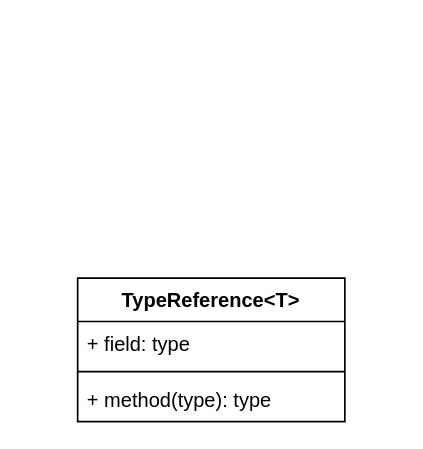
This is page "core" (1 of 2) of jackson.drawio from tadsimons/draw, a draw.io file, before an edit. Source tidied: cells renumbered, new cells numbered last; positions are measured from the earlier drawing's top-left corner, leaving out a move shared by most shapes. Both pictures are drawn from the tidied source at 167%, with x=0, y=0 at pixel (77, 277).
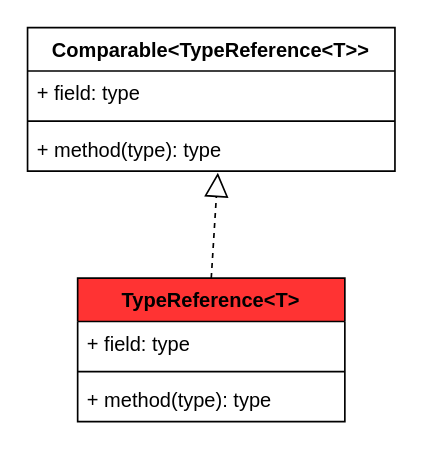
The same page after the edit.

What changed in the source:
```diff
@@
 <mxGraphModel>
   <root>
     <mxCell id="0" />
     <mxCell id="1" parent="0" />
-    <mxCell id="2" value="TypeReference&lt;T&gt;" style="swimlane;fontStyle=1;align=center;verticalAlign=top;horizontal=1;startSize=26;" parent="1" vertex="1">
+    <mxCell id="2" value="TypeReference&lt;T&gt;" style="swimlane;fontStyle=1;align=center;verticalAlign=top;horizontal=1;startSize=26;fillColor=#FF3333;" parent="1" vertex="1">
       <mxGeometry width="160" height="86" as="geometry" />
     </mxCell>
+    <mxCell id="6" style="endArrow=block;dashed=1;endFill=0;endSize=12;html=1;entryX=0.518;entryY=1.038;entryDx=0;entryDy=0;entryPerimeter=0;" parent="2" edge="1" target="10">
+      <mxGeometry relative="1" as="geometry">
+        <mxPoint x="80" as="sourcePoint" />
+      </mxGeometry>
+    </mxCell>
     <mxCell id="3" value="+ field: type" style="text;strokeColor=none;fillColor=none;align=left;verticalAlign=top;spacingLeft=4;spacingRight=4;overflow=hidden;" parent="2" vertex="1">
       <mxGeometry y="26" width="160" height="26" as="geometry" />
     </mxCell>
     <mxCell id="4" style="line;strokeWidth=1;fillColor=none;align=left;verticalAlign=middle;spacingTop=-1;spacingLeft=3;spacingRight=3;labelPosition=right;" parent="2" vertex="1">
       <mxGeometry y="52" width="160" height="8" as="geometry" />
     </mxCell>
     <mxCell id="5" value="+ method(type): type" style="text;strokeColor=none;fillColor=none;align=left;verticalAlign=top;spacingLeft=4;spacingRight=4;overflow=hidden;" parent="2" vertex="1">
       <mxGeometry y="60" width="160" height="26" as="geometry" />
     </mxCell>
+    <mxCell id="7" value="Comparable&lt;TypeReference&lt;T&gt;&gt;" style="swimlane;fontStyle=1;align=center;verticalAlign=top;horizontal=1;startSize=26;fillColor=#FFFFFF;" parent="1" vertex="1">
+      <mxGeometry x="-30" y="-150" width="220" height="86" as="geometry" />
+    </mxCell>
+    <mxCell id="8" value="+ field: type" style="text;strokeColor=none;fillColor=none;align=left;verticalAlign=top;spacingLeft=4;spacingRight=4;overflow=hidden;" parent="7" vertex="1">
+      <mxGeometry y="26" width="220" height="26" as="geometry" />
+    </mxCell>
+    <mxCell id="9" style="line;strokeWidth=1;fillColor=none;align=left;verticalAlign=middle;spacingTop=-1;spacingLeft=3;spacingRight=3;labelPosition=right;" parent="7" vertex="1">
+      <mxGeometry y="52" width="220" height="8" as="geometry" />
+    </mxCell>
+    <mxCell id="10" value="+ method(type): type" style="text;strokeColor=none;fillColor=none;align=left;verticalAlign=top;spacingLeft=4;spacingRight=4;overflow=hidden;points=[[0,0.5],[1,0.5]];portConstraint=eastwest;" parent="7" vertex="1">
+      <mxGeometry y="60" width="220" height="26" as="geometry" />
+    </mxCell>
   </root>
 </mxGraphModel>
```
